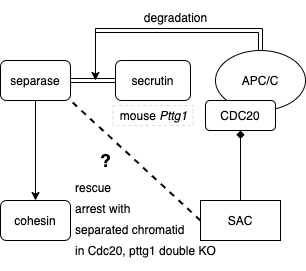
Earlier version of the draw.io export assets/images/sac.drawio.png (Jeff-Gui/Jeff-Gui.github.io). Source tidied: cells renumbered, new cells last; positions are measured from the earlier drawing's top-left corner, leaving out a move shared by most shapes. The source it was exported from:
```xml
<mxGraphModel>
  <root>
    <mxCell id="0" />
    <mxCell id="1" parent="0" />
    <mxCell id="2" value="cohesin" style="rounded=1;whiteSpace=wrap;html=1;" parent="1" vertex="1">
      <mxGeometry y="200" width="70" height="40" as="geometry" />
    </mxCell>
    <mxCell id="3" style="edgeStyle=orthogonalEdgeStyle;rounded=0;jettySize=auto;html=1;exitX=0.5;exitY=1;exitDx=0;exitDy=0;entryX=0.5;entryY=0;entryDx=0;entryDy=0;" parent="1" edge="1" source="4" target="2">
      <mxGeometry relative="1" as="geometry" />
    </mxCell>
    <mxCell id="4" value="separase" style="rounded=1;whiteSpace=wrap;html=1;" parent="1" vertex="1">
      <mxGeometry y="60" width="70" height="40" as="geometry" />
    </mxCell>
    <mxCell id="5" value="secrutin" style="rounded=1;whiteSpace=wrap;html=1;" parent="1" vertex="1">
      <mxGeometry x="115" y="60" width="75" height="40" as="geometry" />
    </mxCell>
    <mxCell id="6" style="rounded=0;jettySize=auto;html=1;exitX=0.5;exitY=0;exitDx=0;exitDy=0;edgeStyle=orthogonalEdgeStyle;shape=link;" parent="1" edge="1" source="7">
      <mxGeometry relative="1" as="geometry">
        <mxPoint x="95" y="30" as="targetPoint" />
        <Array as="points">
          <mxPoint x="260" y="30" />
        </Array>
      </mxGeometry>
    </mxCell>
    <mxCell id="7" value="APC/C" style="ellipse;whiteSpace=wrap;html=1;" parent="1" vertex="1">
      <mxGeometry x="215" y="50" width="90" height="60" as="geometry" />
    </mxCell>
    <mxCell id="8" style="shape=link;html=1;entryX=0;entryY=0.5;entryDx=0;entryDy=0;exitX=1;exitY=0.5;exitDx=0;exitDy=0;" parent="1" edge="1" source="4" target="5">
      <mxGeometry relative="1" as="geometry" />
    </mxCell>
    <mxCell id="9" style="endArrow=classic;html=1;" parent="1" edge="1">
      <mxGeometry relative="1" as="geometry">
        <mxPoint x="95" y="28" as="sourcePoint" />
        <mxPoint x="95" y="80" as="targetPoint" />
      </mxGeometry>
    </mxCell>
    <mxCell id="10" value="CDC20" style="rounded=1;whiteSpace=wrap;html=1;" parent="1" vertex="1">
      <mxGeometry x="205" y="100" width="70" height="30" as="geometry" />
    </mxCell>
    <mxCell id="11" style="edgeStyle=orthogonalEdgeStyle;rounded=0;jettySize=auto;html=1;entryX=0.5;entryY=1;entryDx=0;entryDy=0;endArrow=diamond;endFill=1;" parent="1" edge="1" source="13" target="10">
      <mxGeometry relative="1" as="geometry" />
    </mxCell>
    <mxCell id="12" style="rounded=0;jettySize=auto;html=1;exitX=0;exitY=0.5;exitDx=0;exitDy=0;entryX=1;entryY=1;entryDx=0;entryDy=0;endArrow=none;endFill=0;strokeWidth=2;dashed=1;" parent="1" edge="1" source="13" target="4">
      <mxGeometry relative="1" as="geometry" />
    </mxCell>
    <mxCell id="13" value="SAC" style="rounded=0;whiteSpace=wrap;html=1;" parent="1" vertex="1">
      <mxGeometry x="200" y="200" width="80" height="40" as="geometry" />
    </mxCell>
    <mxCell id="14" value="mouse &lt;i&gt;Pttg1&lt;/i&gt;" style="text;html=1;align=center;verticalAlign=middle;strokeColor=#D5E8D4;dashed=1;" parent="1" vertex="1">
      <mxGeometry x="112.5" y="105" width="80" height="20" as="geometry" />
    </mxCell>
    <mxCell id="15" value="?" style="text;html=1;align=center;verticalAlign=middle;fontSize=18;fontStyle=1;" parent="1" vertex="1">
      <mxGeometry x="90" y="145" width="30" height="30" as="geometry" />
    </mxCell>
    <mxCell id="16" value="&lt;span style=&quot;font-size: 12px&quot;&gt;rescue&lt;br&gt;arrest with&lt;br&gt;separated chromatid&lt;br&gt;in Cdc20, pttg1 double KO&lt;br&gt;&lt;/span&gt;" style="text;html=1;align=left;verticalAlign=top;fontSize=18;horizontal=1;spacing=0;" parent="1" vertex="1">
      <mxGeometry x="75" y="170" width="160" height="100" as="geometry" />
    </mxCell>
    <mxCell id="17" value="&lt;font style=&quot;font-size: 12px&quot;&gt;degradation&lt;/font&gt;" style="text;html=1;align=center;verticalAlign=middle;fontSize=18;" parent="1" vertex="1">
      <mxGeometry x="135" width="80" height="30" as="geometry" />
    </mxCell>
  </root>
</mxGraphModel>
```
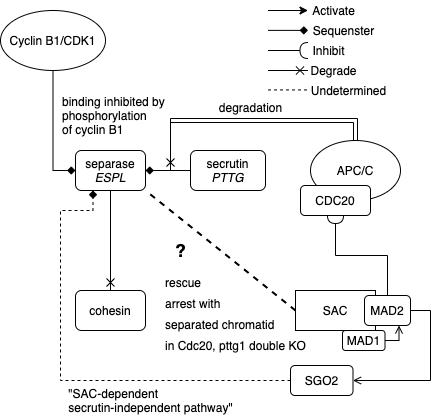
Above is the later version.

Diff of the diagram source:
```diff
@@ -5,58 +5,148 @@
     <mxCell id="2" value="cohesin" style="rounded=1;whiteSpace=wrap;html=1;" parent="1" vertex="1">
       <mxGeometry y="200" width="70" height="40" as="geometry" />
     </mxCell>
-    <mxCell id="3" style="edgeStyle=orthogonalEdgeStyle;rounded=0;jettySize=auto;html=1;exitX=0.5;exitY=1;exitDx=0;exitDy=0;entryX=0.5;entryY=0;entryDx=0;entryDy=0;" parent="1" edge="1" source="4" target="2">
+    <mxCell id="3" style="edgeStyle=orthogonalEdgeStyle;rounded=0;jettySize=auto;html=1;exitX=0.5;exitY=1;exitDx=0;exitDy=0;entryX=0.5;entryY=0;entryDx=0;entryDy=0;endArrow=cross;endFill=0;" parent="1" edge="1" source="4" target="2">
       <mxGeometry relative="1" as="geometry" />
     </mxCell>
-    <mxCell id="4" value="separase" style="rounded=1;whiteSpace=wrap;html=1;" parent="1" vertex="1">
+    <mxCell id="4" value="separase&lt;br&gt;&lt;i&gt;ESPL&lt;/i&gt;" style="rounded=1;whiteSpace=wrap;html=1;" parent="1" vertex="1">
       <mxGeometry y="60" width="70" height="40" as="geometry" />
     </mxCell>
+    <mxCell id="18" style="edgeStyle=orthogonalEdgeStyle;rounded=0;jettySize=auto;html=1;exitX=0;exitY=0.5;exitDx=0;exitDy=0;entryX=1;entryY=0.5;entryDx=0;entryDy=0;endArrow=diamond;endFill=1;" parent="1" edge="1" source="5" target="4">
+      <mxGeometry relative="1" as="geometry" />
+    </mxCell>
-    <mxCell id="5" value="secrutin" style="rounded=1;whiteSpace=wrap;html=1;" parent="1" vertex="1">
+    <mxCell id="5" value="secrutin&lt;br&gt;&lt;i&gt;PTTG&lt;/i&gt;" style="rounded=1;whiteSpace=wrap;html=1;" parent="1" vertex="1">
       <mxGeometry x="115" y="60" width="75" height="40" as="geometry" />
     </mxCell>
     <mxCell id="6" style="rounded=0;jettySize=auto;html=1;exitX=0.5;exitY=0;exitDx=0;exitDy=0;edgeStyle=orthogonalEdgeStyle;shape=link;" parent="1" edge="1" source="7">
       <mxGeometry relative="1" as="geometry">
         <mxPoint x="95" y="30" as="targetPoint" />
         <Array as="points">
-          <mxPoint x="260" y="30" />
+          <mxPoint x="280" y="30" />
         </Array>
       </mxGeometry>
     </mxCell>
     <mxCell id="7" value="APC/C" style="ellipse;whiteSpace=wrap;html=1;" parent="1" vertex="1">
-      <mxGeometry x="215" y="50" width="90" height="60" as="geometry" />
+      <mxGeometry x="235" y="50" width="90" height="60" as="geometry" />
     </mxCell>
-    <mxCell id="8" style="shape=link;html=1;entryX=0;entryY=0.5;entryDx=0;entryDy=0;exitX=1;exitY=0.5;exitDx=0;exitDy=0;" parent="1" edge="1" source="4" target="5">
+    <mxCell id="8" style="html=1;entryX=0;entryY=0.5;entryDx=0;entryDy=0;exitX=1;exitY=0.5;exitDx=0;exitDy=0;strokeColor=none;" parent="1" edge="1" source="4" target="5">
       <mxGeometry relative="1" as="geometry" />
     </mxCell>
-    <mxCell id="9" style="endArrow=classic;html=1;" parent="1" edge="1">
+    <mxCell id="9" style="endArrow=cross;html=1;endFill=0;" parent="1" edge="1">
       <mxGeometry relative="1" as="geometry">
         <mxPoint x="95" y="28" as="sourcePoint" />
         <mxPoint x="95" y="80" as="targetPoint" />
       </mxGeometry>
     </mxCell>
     <mxCell id="10" value="CDC20" style="rounded=1;whiteSpace=wrap;html=1;" parent="1" vertex="1">
-      <mxGeometry x="205" y="100" width="70" height="30" as="geometry" />
+      <mxGeometry x="225" y="95" width="70" height="30" as="geometry" />
     </mxCell>
-    <mxCell id="11" style="edgeStyle=orthogonalEdgeStyle;rounded=0;jettySize=auto;html=1;entryX=0.5;entryY=1;entryDx=0;entryDy=0;endArrow=diamond;endFill=1;" parent="1" edge="1" source="13" target="10">
-      <mxGeometry relative="1" as="geometry" />
-    </mxCell>
     <mxCell id="12" style="rounded=0;jettySize=auto;html=1;exitX=0;exitY=0.5;exitDx=0;exitDy=0;entryX=1;entryY=1;entryDx=0;entryDy=0;endArrow=none;endFill=0;strokeWidth=2;dashed=1;" parent="1" edge="1" source="13" target="4">
       <mxGeometry relative="1" as="geometry" />
     </mxCell>
     <mxCell id="13" value="SAC" style="rounded=0;whiteSpace=wrap;html=1;" parent="1" vertex="1">
-      <mxGeometry x="200" y="200" width="80" height="40" as="geometry" />
+      <mxGeometry x="220" y="200" width="80" height="40" as="geometry" />
     </mxCell>
-    <mxCell id="14" value="mouse &lt;i&gt;Pttg1&lt;/i&gt;" style="text;html=1;align=center;verticalAlign=middle;strokeColor=#D5E8D4;dashed=1;" parent="1" vertex="1">
-      <mxGeometry x="112.5" y="105" width="80" height="20" as="geometry" />
-    </mxCell>
     <mxCell id="15" value="?" style="text;html=1;align=center;verticalAlign=middle;fontSize=18;fontStyle=1;" parent="1" vertex="1">
       <mxGeometry x="90" y="145" width="30" height="30" as="geometry" />
     </mxCell>
     <mxCell id="16" value="&lt;span style=&quot;font-size: 12px&quot;&gt;rescue&lt;br&gt;arrest with&lt;br&gt;separated chromatid&lt;br&gt;in Cdc20, pttg1 double KO&lt;br&gt;&lt;/span&gt;" style="text;html=1;align=left;verticalAlign=top;fontSize=18;horizontal=1;spacing=0;" parent="1" vertex="1">
-      <mxGeometry x="75" y="170" width="160" height="100" as="geometry" />
+      <mxGeometry x="90" y="175" width="160" height="100" as="geometry" />
     </mxCell>
     <mxCell id="17" value="&lt;font style=&quot;font-size: 12px&quot;&gt;degradation&lt;/font&gt;" style="text;html=1;align=center;verticalAlign=middle;fontSize=18;" parent="1" vertex="1">
       <mxGeometry x="135" width="80" height="30" as="geometry" />
     </mxCell>
+    <mxCell id="19" style="edgeStyle=orthogonalEdgeStyle;rounded=0;jettySize=auto;html=1;exitX=0.5;exitY=1;exitDx=0;exitDy=0;entryX=0;entryY=0.5;entryDx=0;entryDy=0;endArrow=diamond;endFill=1;" parent="1" edge="1" source="20" target="4">
+      <mxGeometry relative="1" as="geometry" />
+    </mxCell>
+    <mxCell id="20" value="Cyclin B1/CDK1" style="ellipse;whiteSpace=wrap;html=1;" parent="1" vertex="1">
+      <mxGeometry x="-75" y="-80" width="105" height="60" as="geometry" />
+    </mxCell>
+    <mxCell id="21" value="binding inhibited by &lt;br&gt;phosphorylation &lt;br&gt;of cyclin B1" style="text;html=1;align=left;verticalAlign=middle;" parent="1" vertex="1">
+      <mxGeometry x="-15" width="120" height="50" as="geometry" />
+    </mxCell>
+    <mxCell id="22" style="edgeStyle=orthogonalEdgeStyle;rounded=0;jettySize=auto;html=1;exitX=0.5;exitY=0;exitDx=0;exitDy=0;entryX=0.5;entryY=1;entryDx=0;entryDy=0;endArrow=halfCircle;endFill=0;strokeColor=#000000;" parent="1" edge="1" source="24" target="10">
+      <mxGeometry relative="1" as="geometry" />
+    </mxCell>
+    <mxCell id="23" style="edgeStyle=orthogonalEdgeStyle;rounded=0;jettySize=auto;html=1;exitX=1;exitY=0.5;exitDx=0;exitDy=0;entryX=1;entryY=0.5;entryDx=0;entryDy=0;endArrow=open;endFill=0;strokeColor=#000000;" parent="1" edge="1" source="24" target="26">
+      <mxGeometry relative="1" as="geometry" />
+    </mxCell>
+    <mxCell id="24" value="MAD2" style="rounded=1;whiteSpace=wrap;html=1;align=center;" parent="1" vertex="1">
+      <mxGeometry x="289" y="205" width="46" height="30" as="geometry" />
+    </mxCell>
+    <mxCell id="25" style="edgeStyle=orthogonalEdgeStyle;rounded=0;jettySize=auto;html=1;exitX=0;exitY=0.5;exitDx=0;exitDy=0;entryX=0.25;entryY=1;entryDx=0;entryDy=0;dashed=1;endArrow=diamond;endFill=1;" parent="1" edge="1" source="26" target="4">
+      <mxGeometry relative="1" as="geometry">
+        <Array as="points">
+          <mxPoint x="-15" y="290" />
+          <mxPoint x="-15" y="120" />
+          <mxPoint x="18" y="120" />
+        </Array>
+      </mxGeometry>
+    </mxCell>
+    <mxCell id="26" value="SGO2" style="rounded=1;whiteSpace=wrap;html=1;align=center;" parent="1" vertex="1">
+      <mxGeometry x="215" y="275" width="62.5" height="30" as="geometry" />
+    </mxCell>
+    <mxCell id="27" value="&lt;div style=&quot;text-align: left&quot;&gt;&lt;span&gt;&quot;SAC-dependent&lt;/span&gt;&lt;/div&gt;secrutin-independent pathway&quot;" style="text;html=1;align=center;verticalAlign=middle;" parent="1" vertex="1">
+      <mxGeometry x="-15" y="295" width="180" height="30" as="geometry" />
+    </mxCell>
+    <mxCell id="28" style="group;" parent="1" vertex="1">
+      <mxGeometry x="192.5" y="-90" width="125" height="100" as="geometry" />
+    </mxCell>
+    <mxCell id="29" style="group;" parent="28" vertex="1">
+      <mxGeometry width="115" height="80" as="geometry" />
+    </mxCell>
+    <mxCell id="30" style="endArrow=classic;html=1;strokeColor=#000000;" parent="29" edge="1">
+      <mxGeometry relative="1" as="geometry">
+        <mxPoint y="10" as="sourcePoint" />
+        <mxPoint x="40" y="10" as="targetPoint" />
+      </mxGeometry>
+    </mxCell>
+    <mxCell id="31" style="endArrow=diamond;html=1;strokeColor=#000000;endFill=1;" parent="29" edge="1">
+      <mxGeometry relative="1" as="geometry">
+        <mxPoint y="29.9" as="sourcePoint" />
+        <mxPoint x="40" y="29.9" as="targetPoint" />
+      </mxGeometry>
+    </mxCell>
+    <mxCell id="32" style="endArrow=halfCircle;html=1;strokeColor=#000000;endFill=0;" parent="29" edge="1">
+      <mxGeometry relative="1" as="geometry">
+        <mxPoint y="50" as="sourcePoint" />
+        <mxPoint x="40" y="50" as="targetPoint" />
+      </mxGeometry>
+    </mxCell>
+    <mxCell id="33" value="Activate" style="text;html=1;align=center;verticalAlign=middle;" parent="29" vertex="1">
+      <mxGeometry x="35" width="60" height="20" as="geometry" />
+    </mxCell>
+    <mxCell id="34" value="Sequenster" style="text;html=1;align=center;verticalAlign=middle;" parent="29" vertex="1">
+      <mxGeometry x="35" y="20" width="80" height="20" as="geometry" />
+    </mxCell>
+    <mxCell id="35" value="Inhibit" style="text;html=1;align=center;verticalAlign=middle;" parent="29" vertex="1">
+      <mxGeometry x="35" y="40" width="50" height="20" as="geometry" />
+    </mxCell>
+    <mxCell id="36" value="Degrade" style="text;html=1;align=center;verticalAlign=middle;" parent="29" vertex="1">
+      <mxGeometry x="35" y="60" width="60" height="20" as="geometry" />
+    </mxCell>
+    <mxCell id="37" style="group;" parent="29" vertex="1">
+      <mxGeometry y="70" width="40" as="geometry" />
+    </mxCell>
+    <mxCell id="38" style="endArrow=cross;html=1;strokeColor=#000000;endFill=0;" parent="37" edge="1">
+      <mxGeometry relative="1" as="geometry">
+        <mxPoint as="sourcePoint" />
+        <mxPoint x="40" as="targetPoint" />
+      </mxGeometry>
+    </mxCell>
+    <mxCell id="39" style="endArrow=none;html=1;strokeColor=#000000;endFill=0;dashed=1;" parent="28" edge="1">
+      <mxGeometry relative="1" as="geometry">
+        <mxPoint y="89.4" as="sourcePoint" />
+        <mxPoint x="40" y="89.4" as="targetPoint" />
+      </mxGeometry>
+    </mxCell>
+    <mxCell id="40" value="Undetermined" style="text;html=1;align=center;verticalAlign=middle;" parent="28" vertex="1">
+      <mxGeometry x="35" y="80" width="90" height="20" as="geometry" />
+    </mxCell>
+    <mxCell id="41" style="edgeStyle=orthogonalEdgeStyle;rounded=0;jettySize=auto;html=1;exitX=1;exitY=0.5;exitDx=0;exitDy=0;entryX=0.75;entryY=1;entryDx=0;entryDy=0;endArrow=open;endFill=0;strokeColor=#000000;" parent="1" edge="1" source="42" target="24">
+      <mxGeometry relative="1" as="geometry" />
+    </mxCell>
+    <mxCell id="42" value="MAD1" style="rounded=1;whiteSpace=wrap;html=1;align=center;" parent="1" vertex="1">
+      <mxGeometry x="267" y="240" width="42.5" height="20" as="geometry" />
+    </mxCell>
   </root>
 </mxGraphModel>
```
